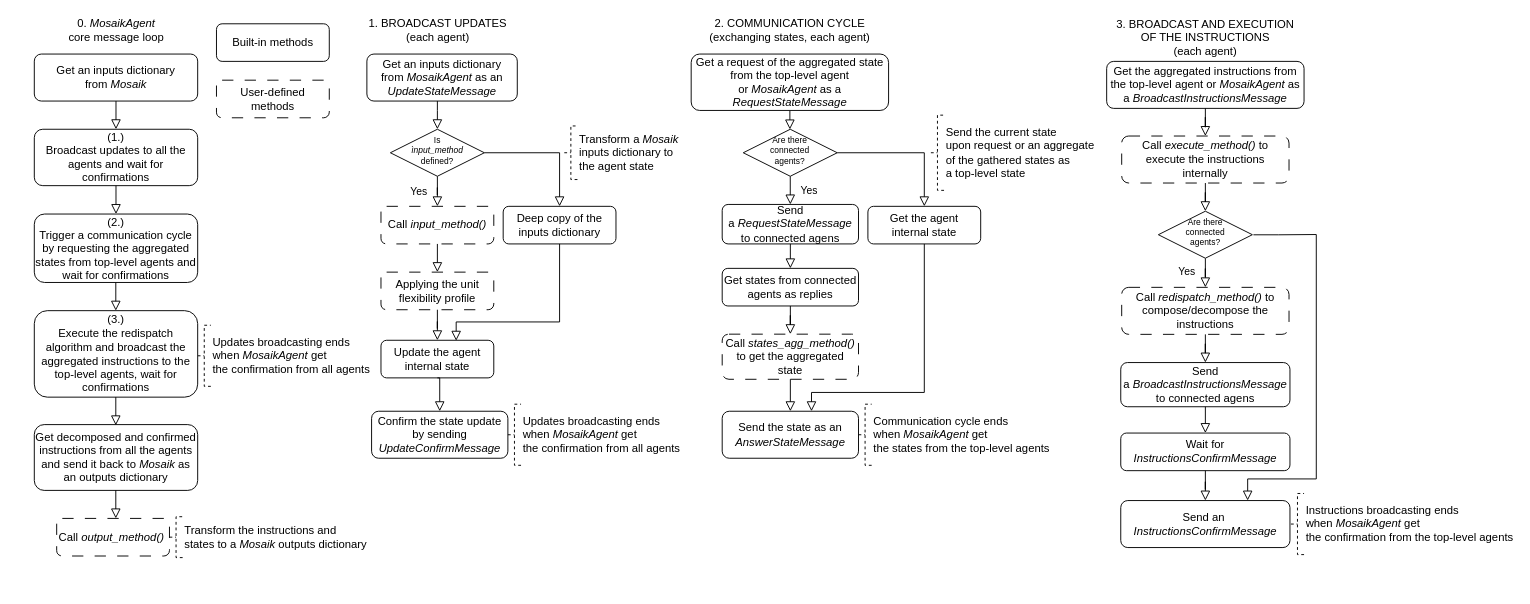
Before: misc/mas.flow.drawio in Ellariel/mango_hybit, a draw.io diagram. Source tidied: cells renumbered, new cells numbered last; positions are measured from the earlier drawing's top-left corner, leaving out a move shared by most shapes. Both pictures are drawn from the tidied source at 94%, with x=0, y=0 at pixel (34, 16).
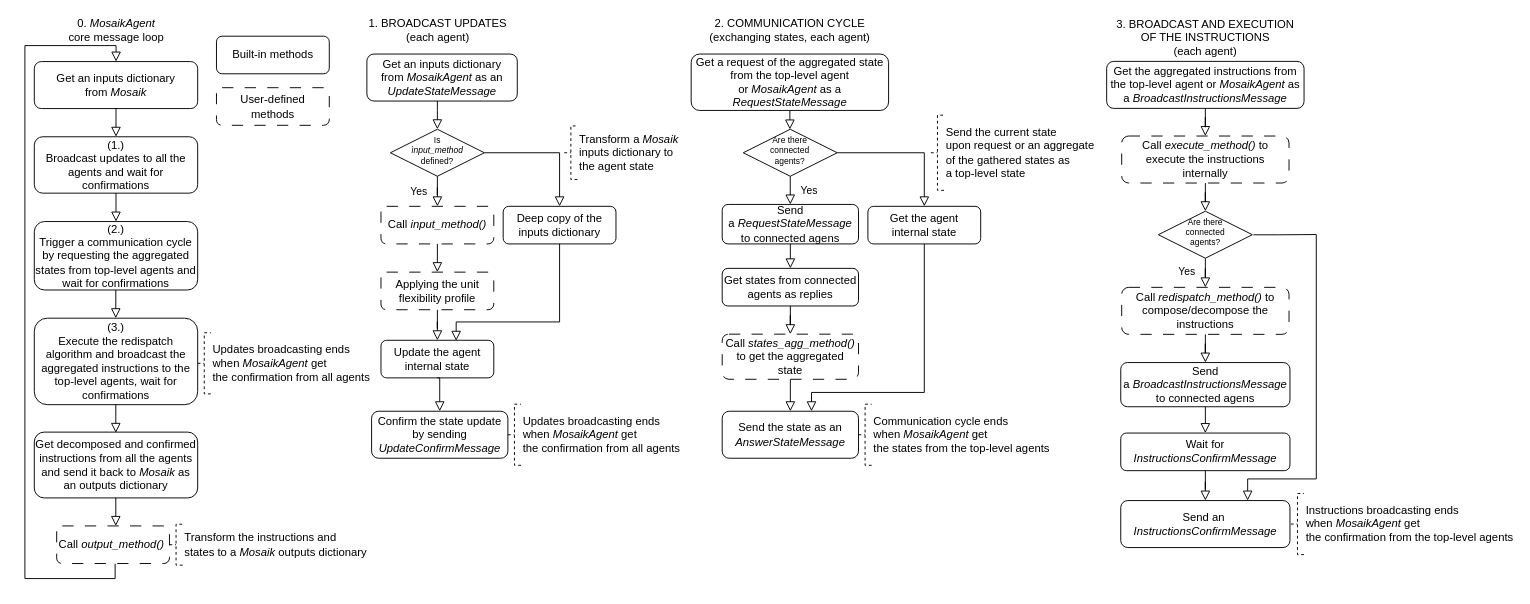
Above is the later version.

What changed in the source:
```diff
@@
     <mxCell id="34" value="User-defined methods" style="rounded=1;whiteSpace=wrap;html=1;fontSize=12;glass=0;strokeWidth=1;shadow=0;dashed=1;dashPattern=12 12;" parent="1" vertex="1">
-      <mxGeometry x="193.8" y="67.8" width="120" height="40" as="geometry" />
+      <mxGeometry x="193.8" y="75.8" width="120" height="40" as="geometry" />
     </mxCell>
     <mxCell id="35" value="Built-in methods" style="rounded=1;whiteSpace=wrap;html=1;fontSize=12;glass=0;strokeWidth=1;shadow=0;" parent="1" vertex="1">
-      <mxGeometry x="193.8" y="7.8" width="120" height="40" as="geometry" />
+      <mxGeometry x="193.8" y="21" width="120" height="40" as="geometry" />
     </mxCell>
@@
     <mxCell id="54" value="Get an inputs dictionary from&amp;nbsp;&lt;i&gt;Mosaik&lt;/i&gt;" style="rounded=1;whiteSpace=wrap;html=1;fontSize=12;glass=0;strokeWidth=1;shadow=0;" parent="1" vertex="1">
-      <mxGeometry y="40" width="173.8" height="50" as="geometry" />
+      <mxGeometry y="48" width="173.8" height="50" as="geometry" />
     </mxCell>
     <mxCell id="55" value="Get decomposed and confirmed instructions from all the agents and send it back to &lt;i&gt;Mosaik&lt;/i&gt; as an outputs dictionary" style="rounded=1;whiteSpace=wrap;html=1;fontSize=12;glass=0;strokeWidth=1;shadow=0;" parent="1" vertex="1">
-      <mxGeometry y="434.2" width="173.8" height="70" as="geometry" />
+      <mxGeometry y="442.2" width="173.8" height="70" as="geometry" />
     </mxCell>
@@
     <mxCell id="57" value="Updates broadcasting ends&lt;br&gt;when &lt;i&gt;MosaikAgent&lt;/i&gt; get &lt;br&gt;the confirmation from all agents" style="strokeWidth=1;html=1;shape=mxgraph.flowchart.annotation_2;align=left;labelPosition=right;dashed=1;rotation=0;flipV=0;flipH=1;direction=west;" parent="1" vertex="1">
-      <mxGeometry x="173.8" y="328.5" width="14" height="65" as="geometry" />
+      <mxGeometry x="173.8" y="336.5" width="14" height="65" as="geometry" />
     </mxCell>
     <mxCell id="58" value="(1.)&lt;br&gt;Broadcast updates to all the agents and wait for confirmations" style="rounded=1;whiteSpace=wrap;html=1;fontSize=12;glass=0;strokeWidth=1;shadow=0;" parent="1" vertex="1">
-      <mxGeometry y="120" width="173.8" height="60" as="geometry" />
+      <mxGeometry y="128" width="173.8" height="60" as="geometry" />
     </mxCell>
     <mxCell id="59" value="(2.)&lt;br&gt;Trigger a communication cycle by requesting the aggregated states from top-level agents and wait for confirmations" style="rounded=1;whiteSpace=wrap;html=1;fontSize=12;glass=0;strokeWidth=1;shadow=0;" parent="1" vertex="1">
-      <mxGeometry y="210.2" width="173.8" height="72.8" as="geometry" />
+      <mxGeometry y="218.2" width="173.8" height="72.8" as="geometry" />
     </mxCell>
     <mxCell id="60" value="(3.)&lt;br&gt;Execute the redispatch algorithm and broadcast the aggregated instructions to the top-level agents, wait for confirmations" style="rounded=1;whiteSpace=wrap;html=1;fontSize=12;glass=0;strokeWidth=1;shadow=0;" parent="1" vertex="1">
-      <mxGeometry y="313" width="173.8" height="92" as="geometry" />
+      <mxGeometry y="321" width="173.8" height="92" as="geometry" />
     </mxCell>
     <mxCell id="61" value="Call &lt;i&gt;output_method()&amp;nbsp;&lt;/i&gt;" style="rounded=1;whiteSpace=wrap;html=1;fontSize=12;glass=0;strokeWidth=1;shadow=0;dashed=1;dashPattern=12 12;" parent="1" vertex="1">
-      <mxGeometry x="23.8" y="534" width="120" height="40" as="geometry" />
+      <mxGeometry x="23.8" y="542" width="120" height="40" as="geometry" />
     </mxCell>
     <mxCell id="62" value="Transform the instructions and &lt;br&gt;states to a &lt;i&gt;Mosaik&lt;/i&gt; outputs dictionary" style="strokeWidth=1;html=1;shape=mxgraph.flowchart.annotation_2;align=left;labelPosition=right;dashed=1;rotation=0;flipV=0;flipH=1;direction=west;" parent="1" vertex="1">
-      <mxGeometry x="143.8" y="532.2" width="14" height="43.5" as="geometry" />
+      <mxGeometry x="143.8" y="540.2" width="14" height="43.5" as="geometry" />
     </mxCell>
     <mxCell id="63" style="rounded=0;html=1;jettySize=auto;fontSize=11;endArrow=block;endFill=0;endSize=8;strokeWidth=1;shadow=0;labelBackgroundColor=none;edgeStyle=orthogonalEdgeStyle;exitX=0.5;exitY=1;exitDx=0;exitDy=0;entryX=0.5;entryY=0;entryDx=0;entryDy=0;" parent="1" edge="1" source="54" target="58">
       <mxGeometry relative="1" as="geometry">
         <Array as="points">
-          <mxPoint x="86.8" y="110" />
-          <mxPoint x="86.8" y="110" />
+          <mxPoint x="86.8" y="118" />
+          <mxPoint x="86.8" y="118" />
         </Array>
       </mxGeometry>
     </mxCell>
     <mxCell id="64" style="rounded=0;html=1;jettySize=auto;fontSize=11;endArrow=block;endFill=0;endSize=8;strokeWidth=1;shadow=0;labelBackgroundColor=none;edgeStyle=orthogonalEdgeStyle;exitX=0.5;exitY=1;exitDx=0;exitDy=0;entryX=0.5;entryY=0;entryDx=0;entryDy=0;" parent="1" edge="1" source="58" target="59">
       <mxGeometry relative="1" as="geometry">
         <Array as="points">
-          <mxPoint x="86.8" y="200" />
-          <mxPoint x="86.8" y="200" />
+          <mxPoint x="86.8" y="208" />
+          <mxPoint x="86.8" y="208" />
         </Array>
       </mxGeometry>
     </mxCell>
     <mxCell id="65" style="rounded=0;html=1;jettySize=auto;orthogonalLoop=1;fontSize=11;endArrow=block;endFill=0;endSize=8;strokeWidth=1;shadow=0;labelBackgroundColor=none;edgeStyle=orthogonalEdgeStyle;exitX=0.5;exitY=1;exitDx=0;exitDy=0;entryX=0.5;entryY=0;entryDx=0;entryDy=0;" parent="1" edge="1">
       <mxGeometry relative="1" as="geometry">
-        <mxPoint x="86.7" y="283" as="sourcePoint" />
-        <mxPoint x="86.7" y="313" as="targetPoint" />
+        <mxPoint x="86.7" y="291" as="sourcePoint" />
+        <mxPoint x="86.7" y="321" as="targetPoint" />
         <Array as="points">
-          <mxPoint x="86.7" y="303" />
-          <mxPoint x="86.7" y="303" />
+          <mxPoint x="86.7" y="311" />
+          <mxPoint x="86.7" y="311" />
         </Array>
       </mxGeometry>
     </mxCell>
     <mxCell id="66" style="rounded=0;html=1;jettySize=auto;orthogonalLoop=1;fontSize=11;endArrow=block;endFill=0;endSize=8;strokeWidth=1;shadow=0;labelBackgroundColor=none;edgeStyle=orthogonalEdgeStyle;exitX=0.5;exitY=1;exitDx=0;exitDy=0;entryX=0.5;entryY=0;entryDx=0;entryDy=0;" parent="1" edge="1">
       <mxGeometry relative="1" as="geometry">
-        <mxPoint x="86.7" y="405" as="sourcePoint" />
-        <mxPoint x="86.7" y="435" as="targetPoint" />
+        <mxPoint x="86.7" y="413" as="sourcePoint" />
+        <mxPoint x="86.7" y="443" as="targetPoint" />
         <Array as="points">
-          <mxPoint x="86.7" y="425" />
-          <mxPoint x="86.7" y="425" />
+          <mxPoint x="86.7" y="433" />
+          <mxPoint x="86.7" y="433" />
         </Array>
       </mxGeometry>
     </mxCell>
     <mxCell id="67" style="rounded=0;html=1;jettySize=auto;orthogonalLoop=1;fontSize=11;endArrow=block;endFill=0;endSize=8;strokeWidth=1;shadow=0;labelBackgroundColor=none;edgeStyle=orthogonalEdgeStyle;exitX=0.5;exitY=1;exitDx=0;exitDy=0;entryX=0.5;entryY=0;entryDx=0;entryDy=0;" parent="1" edge="1">
       <mxGeometry relative="1" as="geometry">
-        <mxPoint x="86.7" y="504" as="sourcePoint" />
-        <mxPoint x="86.7" y="534" as="targetPoint" />
+        <mxPoint x="86.7" y="512" as="sourcePoint" />
+        <mxPoint x="86.7" y="542" as="targetPoint" />
         <Array as="points">
-          <mxPoint x="86.7" y="524" />
-          <mxPoint x="86.7" y="524" />
+          <mxPoint x="86.7" y="532" />
+          <mxPoint x="86.7" y="532" />
         </Array>
       </mxGeometry>
     </mxCell>
+    <mxCell id="68" style="rounded=0;html=1;jettySize=auto;fontSize=11;endArrow=block;endFill=0;endSize=8;strokeWidth=1;shadow=0;labelBackgroundColor=none;edgeStyle=orthogonalEdgeStyle;exitX=0.518;exitY=1.003;exitDx=0;exitDy=0;exitPerimeter=0;" parent="1" edge="1" source="61" target="54">
+      <mxGeometry relative="1" as="geometry">
+        <Array as="points">
+          <mxPoint x="86" y="598" />
+          <mxPoint x="-10" y="598" />
+          <mxPoint x="-10" y="31" />
+          <mxPoint x="87" y="31" />
+        </Array>
+      </mxGeometry>
+    </mxCell>
```
